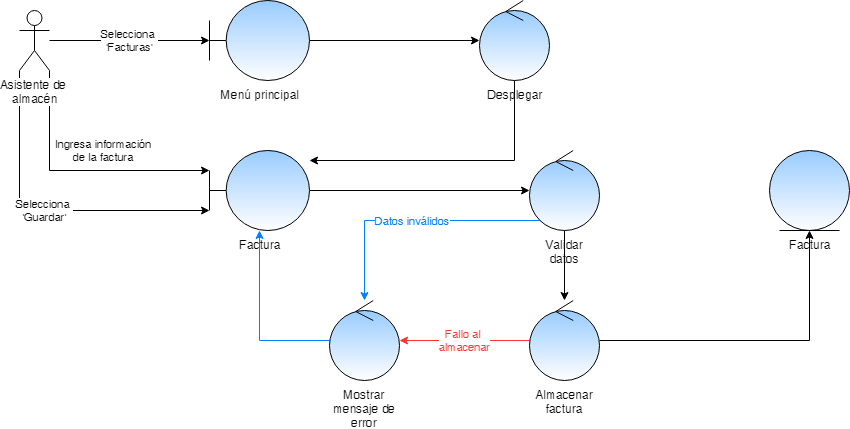
Above: documentacion/Diagramas de robustez/CU-08.png in ipe-ver/sipever (draw.io), before the change. Source tidied: cells renumbered, new cells last; positions are measured from the earlier drawing's top-left corner, leaving out a move shared by most shapes. Source of this version:
```xml
<mxGraphModel>
  <root>
    <mxCell id="0" />
    <mxCell id="1" parent="0" />
    <mxCell id="2" value="Selecciona &lt;br&gt;'Facturas'" style="edgeStyle=orthogonalEdgeStyle;rounded=0;jettySize=auto;html=1;" parent="1" edge="1" source="5" target="7">
      <mxGeometry relative="1" as="geometry" />
    </mxCell>
    <mxCell id="3" value="Ingresa información&lt;br&gt;de la factura" style="edgeStyle=orthogonalEdgeStyle;rounded=0;jettySize=auto;html=1;" parent="1" edge="1" source="5" target="11">
      <mxGeometry x="0.19" y="20" relative="1" as="geometry">
        <Array as="points">
          <mxPoint x="30" y="170" />
        </Array>
      </mxGeometry>
    </mxCell>
    <mxCell id="4" value="Selecciona &lt;br&gt;'Guardar'" style="edgeStyle=orthogonalEdgeStyle;rounded=0;jettySize=auto;html=1;" parent="1" edge="1" source="5" target="11">
      <mxGeometry relative="1" as="geometry">
        <Array as="points">
          <mxPoint y="210" />
        </Array>
      </mxGeometry>
    </mxCell>
    <mxCell id="5" value="Asistente de &lt;br&gt;almacén" style="shape=umlActor;verticalLabelPosition=bottom;labelBackgroundColor=#ffffff;verticalAlign=top;html=1;" parent="1" vertex="1">
      <mxGeometry y="10" width="30" height="60" as="geometry" />
    </mxCell>
    <mxCell id="6" style="edgeStyle=orthogonalEdgeStyle;rounded=0;jettySize=auto;html=1;" parent="1" edge="1" source="7" target="9">
      <mxGeometry relative="1" as="geometry" />
    </mxCell>
    <mxCell id="7" value="Menú principal" style="shape=umlBoundary;whiteSpace=wrap;html=1;gradientColor=#ffffff;fillColor=#99CCFF;labelPosition=center;verticalLabelPosition=bottom;align=center;verticalAlign=top;" parent="1" vertex="1">
      <mxGeometry x="190" width="100" height="80" as="geometry" />
    </mxCell>
    <mxCell id="8" style="edgeStyle=orthogonalEdgeStyle;rounded=0;jettySize=auto;html=1;" parent="1" edge="1" source="9" target="11">
      <mxGeometry relative="1" as="geometry">
        <Array as="points">
          <mxPoint x="495" y="160" />
        </Array>
      </mxGeometry>
    </mxCell>
    <mxCell id="9" value="Desplegar" style="ellipse;shape=umlControl;whiteSpace=wrap;html=1;fillColor=#99CCFF;gradientColor=#ffffff;labelPosition=center;verticalLabelPosition=bottom;align=center;verticalAlign=top;" parent="1" vertex="1">
      <mxGeometry x="460" width="70" height="80" as="geometry" />
    </mxCell>
    <mxCell id="10" style="edgeStyle=orthogonalEdgeStyle;rounded=0;jettySize=auto;html=1;" parent="1" edge="1" source="11" target="14">
      <mxGeometry relative="1" as="geometry" />
    </mxCell>
    <mxCell id="11" value="Factura" style="shape=umlBoundary;whiteSpace=wrap;html=1;fillColor=#99CCFF;gradientColor=#ffffff;labelPosition=center;verticalLabelPosition=bottom;align=center;verticalAlign=top;" parent="1" vertex="1">
      <mxGeometry x="190" y="150" width="100" height="80" as="geometry" />
    </mxCell>
    <mxCell id="12" style="edgeStyle=orthogonalEdgeStyle;rounded=0;jettySize=auto;html=1;" parent="1" edge="1" source="14" target="17">
      <mxGeometry relative="1" as="geometry" />
    </mxCell>
    <mxCell id="13" value="&lt;font color=&quot;#007fff&quot;&gt;Datos inválidos&lt;/font&gt;" style="edgeStyle=orthogonalEdgeStyle;rounded=0;jettySize=auto;html=1;strokeColor=#007FFF;" parent="1" edge="1" source="14" target="20">
      <mxGeometry relative="1" as="geometry">
        <Array as="points">
          <mxPoint x="345" y="220" />
        </Array>
      </mxGeometry>
    </mxCell>
    <mxCell id="14" value="Validar datos" style="ellipse;shape=umlControl;whiteSpace=wrap;html=1;fillColor=#99CCFF;gradientColor=#ffffff;labelPosition=center;verticalLabelPosition=bottom;align=center;verticalAlign=top;" parent="1" vertex="1">
      <mxGeometry x="510" y="150" width="70" height="80" as="geometry" />
    </mxCell>
    <mxCell id="15" style="edgeStyle=orthogonalEdgeStyle;rounded=0;jettySize=auto;html=1;" parent="1" edge="1" source="17" target="18">
      <mxGeometry relative="1" as="geometry" />
    </mxCell>
    <mxCell id="16" value="&lt;font color=&quot;#ff3333&quot;&gt;Fallo al &lt;br&gt;almacenar&lt;/font&gt;" style="edgeStyle=orthogonalEdgeStyle;rounded=0;jettySize=auto;html=1;strokeColor=#FF3333;" parent="1" edge="1" source="17" target="20">
      <mxGeometry relative="1" as="geometry" />
    </mxCell>
    <mxCell id="17" value="Almacenar factura" style="ellipse;shape=umlControl;whiteSpace=wrap;html=1;fillColor=#99CCFF;gradientColor=#ffffff;labelPosition=center;verticalLabelPosition=bottom;align=center;verticalAlign=top;" parent="1" vertex="1">
      <mxGeometry x="510" y="300" width="70" height="80" as="geometry" />
    </mxCell>
    <mxCell id="18" value="Factura" style="ellipse;shape=umlEntity;whiteSpace=wrap;html=1;fillColor=#99CCFF;gradientColor=#ffffff;labelPosition=center;verticalLabelPosition=bottom;align=center;verticalAlign=top;" parent="1" vertex="1">
      <mxGeometry x="750" y="150" width="80" height="80" as="geometry" />
    </mxCell>
    <mxCell id="19" style="edgeStyle=orthogonalEdgeStyle;rounded=0;jettySize=auto;html=1;strokeColor=#007FFF;" parent="1" edge="1" source="20" target="11">
      <mxGeometry relative="1" as="geometry" />
    </mxCell>
    <mxCell id="20" value="Mostrar mensaje de error" style="ellipse;shape=umlControl;whiteSpace=wrap;html=1;fillColor=#99CCFF;gradientColor=#ffffff;labelPosition=center;verticalLabelPosition=bottom;align=center;verticalAlign=top;" parent="1" vertex="1">
      <mxGeometry x="310" y="300" width="70" height="80" as="geometry" />
    </mxCell>
  </root>
</mxGraphModel>
```
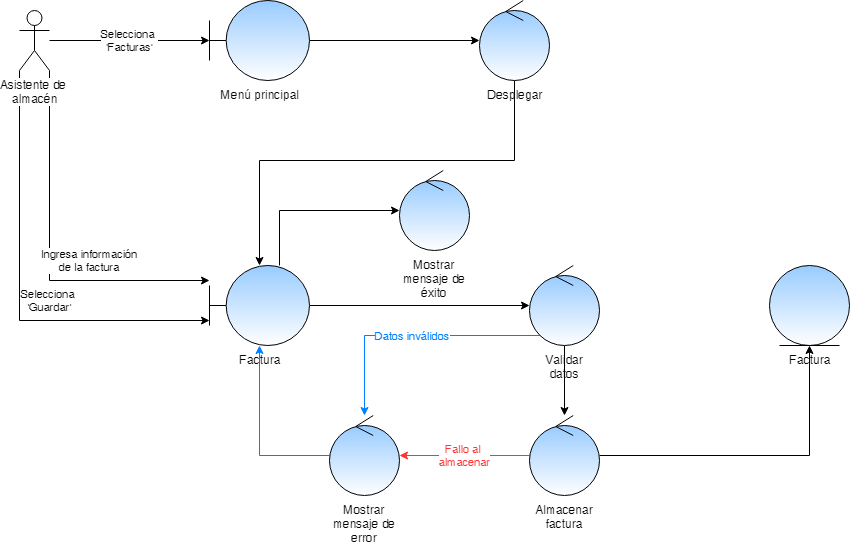
The same file after the commit.

What changed in the source:
```diff
@@ -6,41 +6,48 @@
       <mxGeometry relative="1" as="geometry" />
     </mxCell>
     <mxCell id="3" value="Ingresa información&lt;br&gt;de la factura" style="edgeStyle=orthogonalEdgeStyle;rounded=0;jettySize=auto;html=1;" parent="1" edge="1" source="5" target="11">
-      <mxGeometry x="0.19" y="20" relative="1" as="geometry">
+      <mxGeometry x="0.03" y="40" relative="1" as="geometry">
         <Array as="points">
-          <mxPoint x="30" y="170" />
+          <mxPoint x="30" y="165" />
         </Array>
       </mxGeometry>
     </mxCell>
     <mxCell id="4" value="Selecciona &lt;br&gt;'Guardar'" style="edgeStyle=orthogonalEdgeStyle;rounded=0;jettySize=auto;html=1;" parent="1" edge="1" source="5" target="11">
-      <mxGeometry relative="1" as="geometry">
+      <mxGeometry x="0.05" y="30" relative="1" as="geometry">
         <Array as="points">
-          <mxPoint y="210" />
+          <mxPoint y="205" />
         </Array>
       </mxGeometry>
     </mxCell>
     <mxCell id="5" value="Asistente de &lt;br&gt;almacén" style="shape=umlActor;verticalLabelPosition=bottom;labelBackgroundColor=#ffffff;verticalAlign=top;html=1;" parent="1" vertex="1">
-      <mxGeometry y="10" width="30" height="60" as="geometry" />
+      <mxGeometry y="-105" width="30" height="60" as="geometry" />
     </mxCell>
     <mxCell id="6" style="edgeStyle=orthogonalEdgeStyle;rounded=0;jettySize=auto;html=1;" parent="1" edge="1" source="7" target="9">
       <mxGeometry relative="1" as="geometry" />
     </mxCell>
     <mxCell id="7" value="Menú principal" style="shape=umlBoundary;whiteSpace=wrap;html=1;gradientColor=#ffffff;fillColor=#99CCFF;labelPosition=center;verticalLabelPosition=bottom;align=center;verticalAlign=top;" parent="1" vertex="1">
-      <mxGeometry x="190" width="100" height="80" as="geometry" />
+      <mxGeometry x="190" y="-115" width="100" height="80" as="geometry" />
     </mxCell>
     <mxCell id="8" style="edgeStyle=orthogonalEdgeStyle;rounded=0;jettySize=auto;html=1;" parent="1" edge="1" source="9" target="11">
       <mxGeometry relative="1" as="geometry">
         <Array as="points">
-          <mxPoint x="495" y="160" />
+          <mxPoint x="495" y="45" />
         </Array>
       </mxGeometry>
     </mxCell>
     <mxCell id="9" value="Desplegar" style="ellipse;shape=umlControl;whiteSpace=wrap;html=1;fillColor=#99CCFF;gradientColor=#ffffff;labelPosition=center;verticalLabelPosition=bottom;align=center;verticalAlign=top;" parent="1" vertex="1">
-      <mxGeometry x="460" width="70" height="80" as="geometry" />
+      <mxGeometry x="460" y="-115" width="70" height="80" as="geometry" />
     </mxCell>
     <mxCell id="10" style="edgeStyle=orthogonalEdgeStyle;rounded=0;jettySize=auto;html=1;" parent="1" edge="1" source="11" target="14">
       <mxGeometry relative="1" as="geometry" />
     </mxCell>
+    <mxCell id="21" style="edgeStyle=orthogonalEdgeStyle;rounded=0;jettySize=auto;html=1;strokeColor=#000000;" parent="1" edge="1" source="11" target="22">
+      <mxGeometry relative="1" as="geometry">
+        <Array as="points">
+          <mxPoint x="260" y="95" />
+        </Array>
+      </mxGeometry>
+    </mxCell>
     <mxCell id="11" value="Factura" style="shape=umlBoundary;whiteSpace=wrap;html=1;fillColor=#99CCFF;gradientColor=#ffffff;labelPosition=center;verticalLabelPosition=bottom;align=center;verticalAlign=top;" parent="1" vertex="1">
       <mxGeometry x="190" y="150" width="100" height="80" as="geometry" />
     </mxCell>
@@ -75,5 +82,8 @@
     <mxCell id="20" value="Mostrar mensaje de error" style="ellipse;shape=umlControl;whiteSpace=wrap;html=1;fillColor=#99CCFF;gradientColor=#ffffff;labelPosition=center;verticalLabelPosition=bottom;align=center;verticalAlign=top;" parent="1" vertex="1">
       <mxGeometry x="310" y="300" width="70" height="80" as="geometry" />
     </mxCell>
+    <mxCell id="22" value="Mostrar mensaje de éxito" style="ellipse;shape=umlControl;whiteSpace=wrap;html=1;fillColor=#99CCFF;gradientColor=#ffffff;labelPosition=center;verticalLabelPosition=bottom;align=center;verticalAlign=top;" parent="1" vertex="1">
+      <mxGeometry x="380" y="55" width="70" height="80" as="geometry" />
+    </mxCell>
   </root>
 </mxGraphModel>
```
